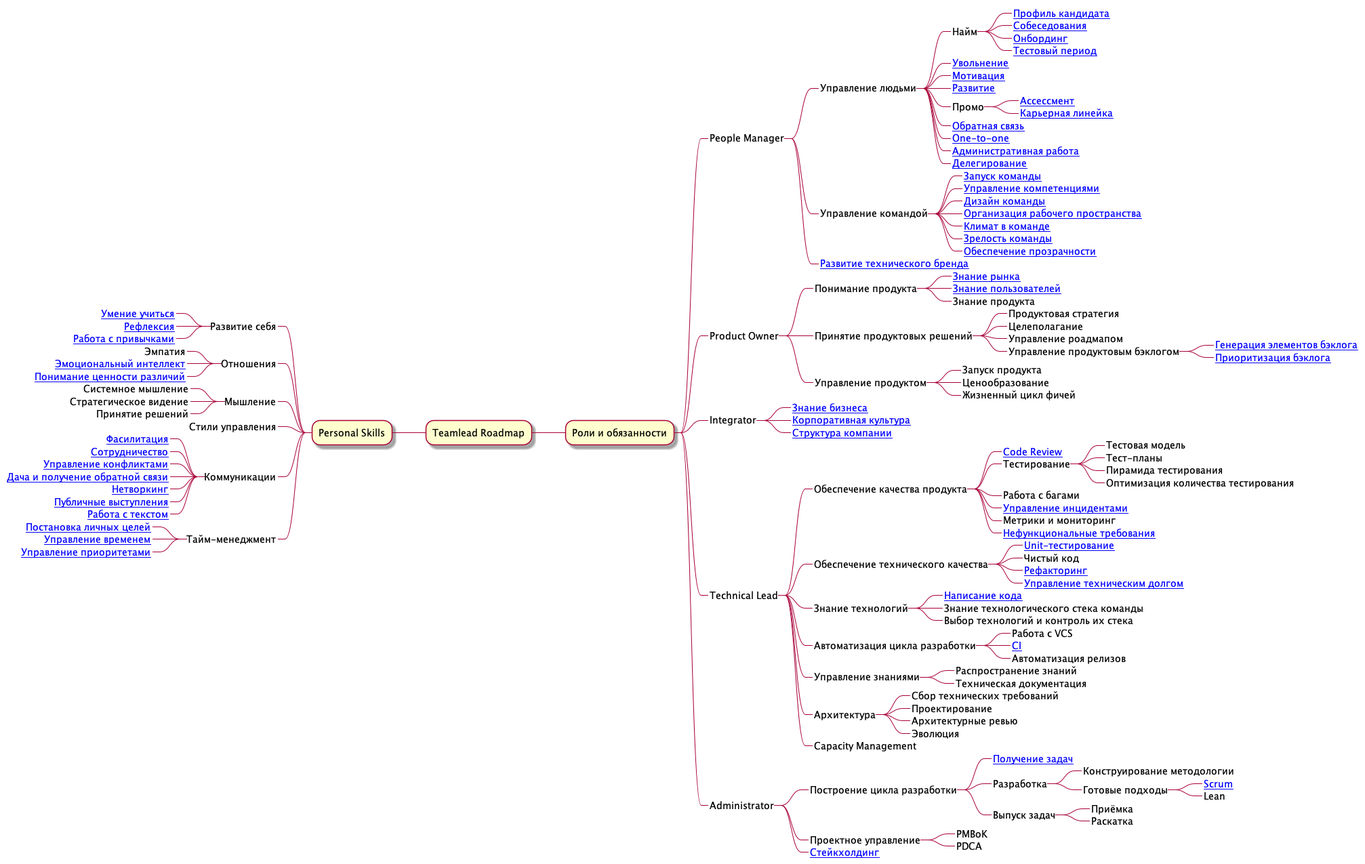
This is roadmap.png from tlbootcamp/tlroadmap, a PlantUML export, as it was before one commit.
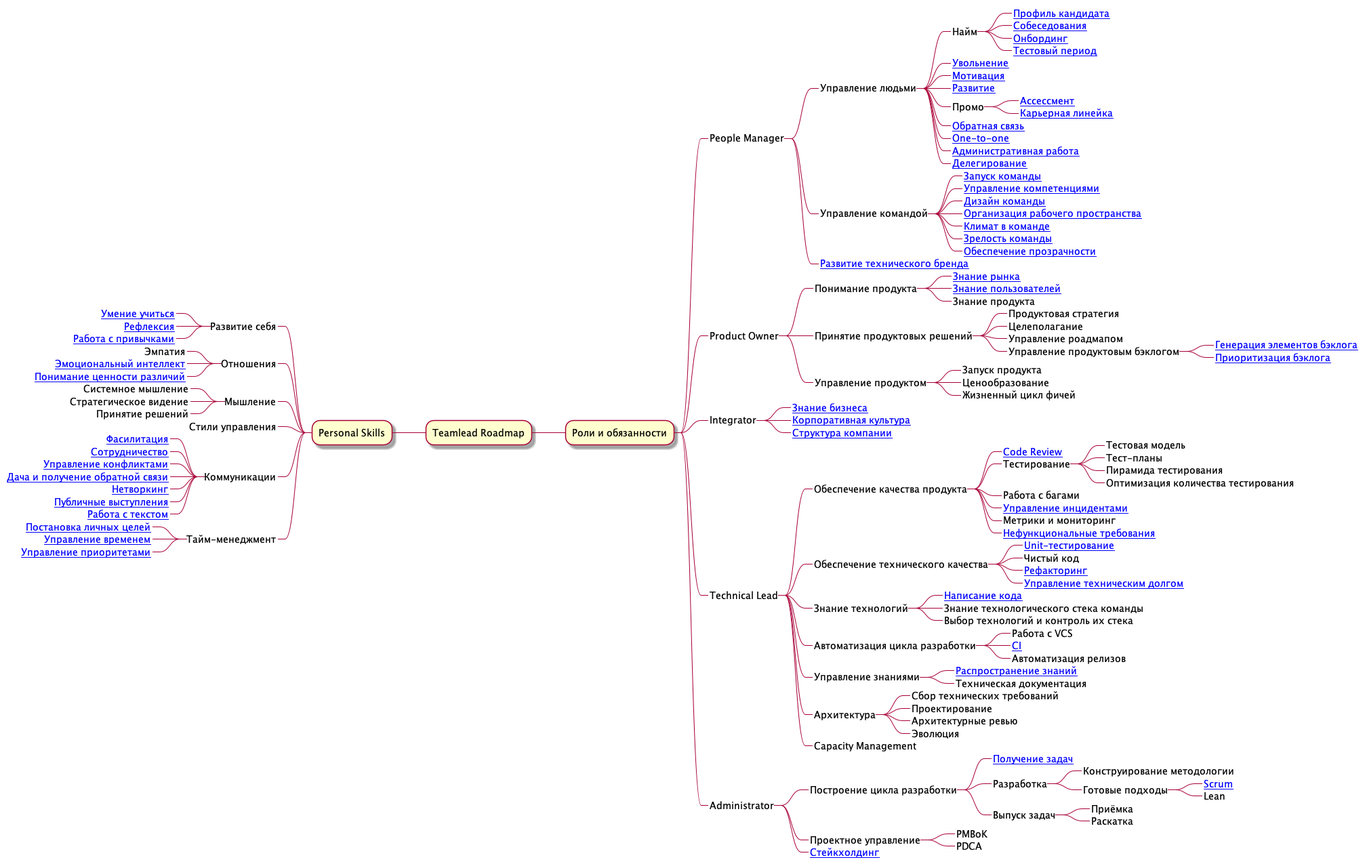
The same diagram one commit later.

Commit message:
Fixed knowledge base

Diff of the diagram source:
```diff
@@ -73,7 +73,7 @@
 *****_ [[https://github.com/tlbootcamp/tlroadmap/blob/master/skills/technical-lead/ci.md CI]]
 *****_ Автоматизация релизов
 ****_ Управление знаниями
-*****_ Распространение знаний
+*****_ [[https://github.com/tlbootcamp/tlroadmap/blob/master/skills/technical-lead/knowledge-management.md Распространение знаний]]
 *****_ Техническая документация
 ****_ Архитектура
 *****_ Сбор технических требований
```
